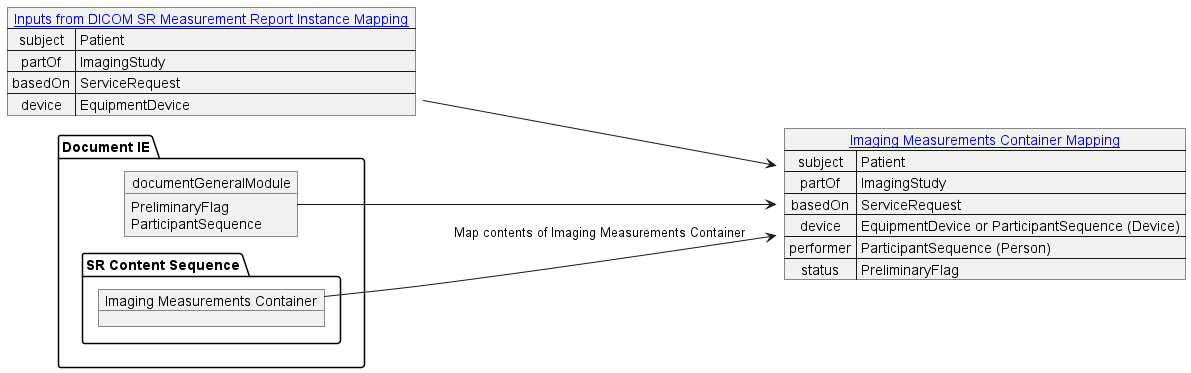
This is input/images/dicom_sr_document_ie_mapping.png from HL7/dicom-sr, a PlantUML export, as it was before one commit.
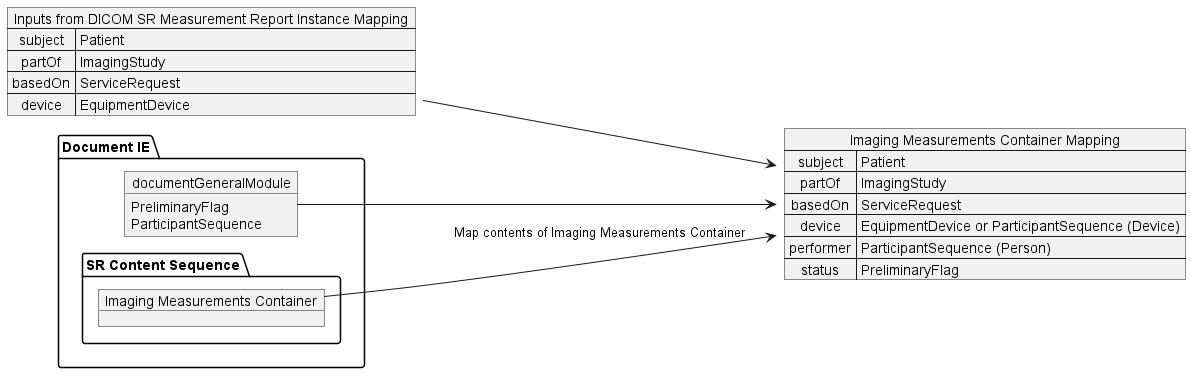
After the change.

Diff of the diagram source:
```diff
@@ -1,7 +1,7 @@
 @startuml dicom_sr_document_ie_mapping
 left to right direction
 
-map "[[mapping.html#dicom-sr-measurement-report-instance-mapping Inputs from DICOM SR Measurement Report Instance Mapping]]" as inputs {
+map "Inputs from DICOM SR Measurement Report Instance Mapping" as inputs {
     subject => Patient
     partOf => ImagingStudy
     basedOn => ServiceRequest
@@ -18,7 +18,7 @@
     }
 }
 
-map "[[mapping.html#imaging-measurements-container-mapping Imaging Measurements Container Mapping]]" as imagingMeasurementsMapping {
+map "Imaging Measurements Container Mapping" as imagingMeasurementsMapping {
     subject => Patient
     partOf => ImagingStudy
     basedOn => ServiceRequest
```
